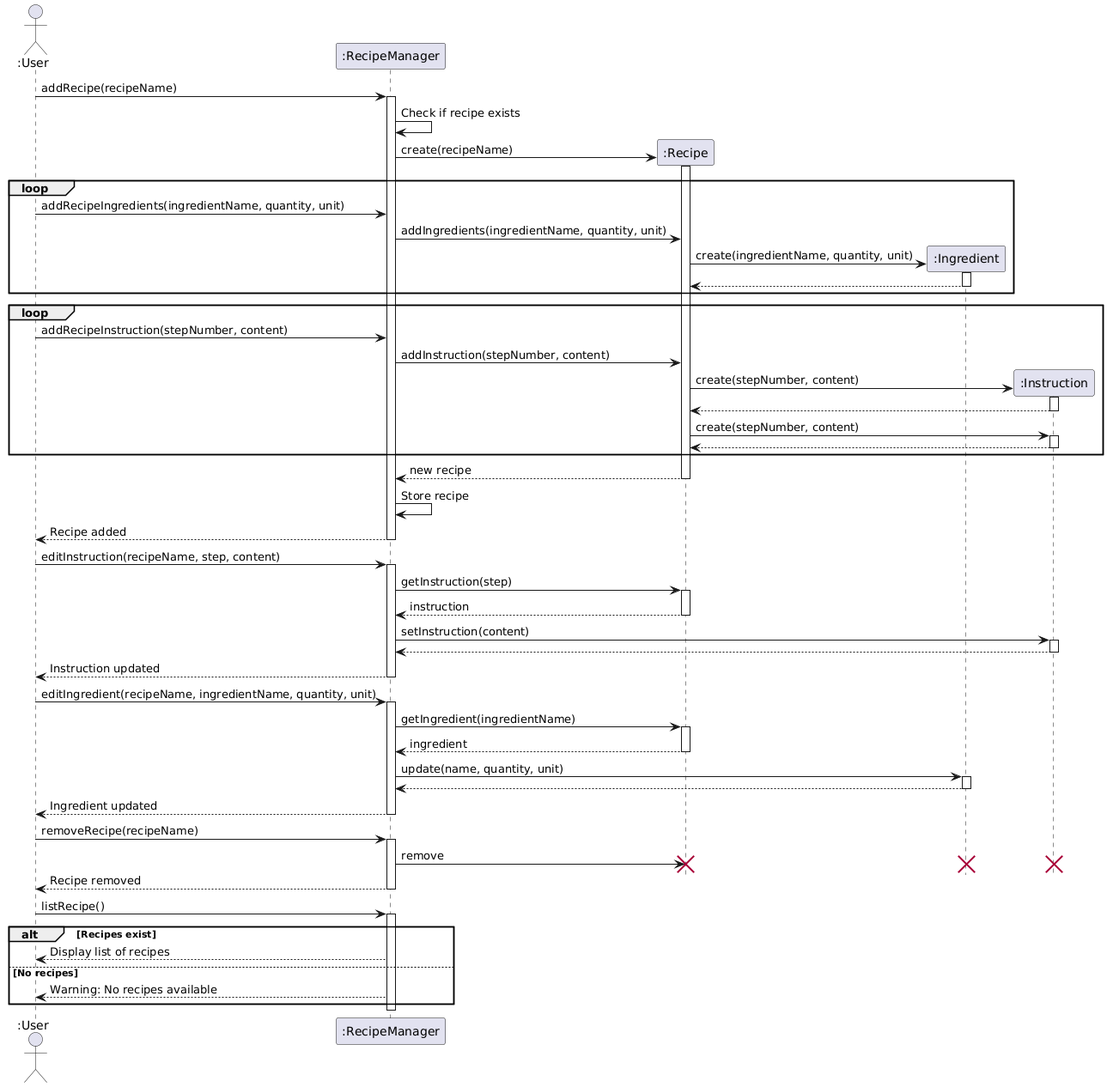
The PlantUML diagram docs/Recipe_Sequence_Diagram.png in yok2086/tp, before a commit.
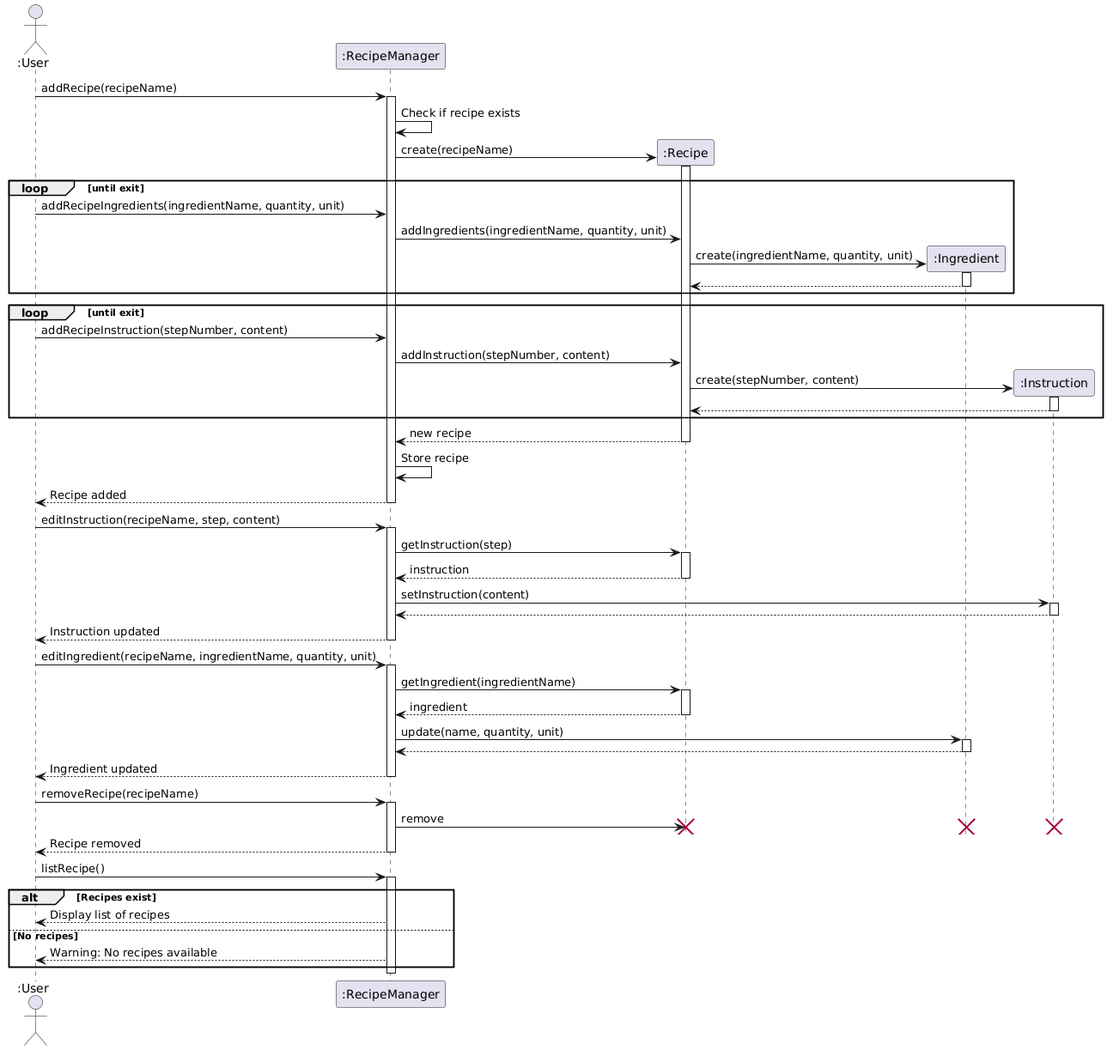
After the commit.

Commit message:
Fix sequence diagram

The edit, as a diff of the source:
```diff
@@ -11,7 +11,7 @@
 create ":Recipe"
 ":RecipeManager" -> ":Recipe": create(recipeName)
 activate ":Recipe"
-loop
+loop until exit
   ":User" -> ":RecipeManager": addRecipeIngredients(ingredientName, quantity, unit)
   ":RecipeManager" -> ":Recipe": addIngredients(ingredientName, quantity, unit)
   create ":Ingredient"
@@ -20,14 +20,10 @@
   ":Ingredient" --> ":Recipe"
   deactivate ":Ingredient"
 end
-loop
+loop until exit
   ":User" -> ":RecipeManager": addRecipeInstruction(stepNumber, content)
   ":RecipeManager" -> ":Recipe": addInstruction(stepNumber, content)
   create ":Instruction"
-  ":Recipe" -> ":Instruction": create(stepNumber, content)
-  activate ":Instruction"
-  ":Instruction" --> ":Recipe"
-  deactivate ":Instruction"
   ":Recipe" -> ":Instruction": create(stepNumber, content)
   activate ":Instruction"
   ":Instruction" --> ":Recipe"
```
